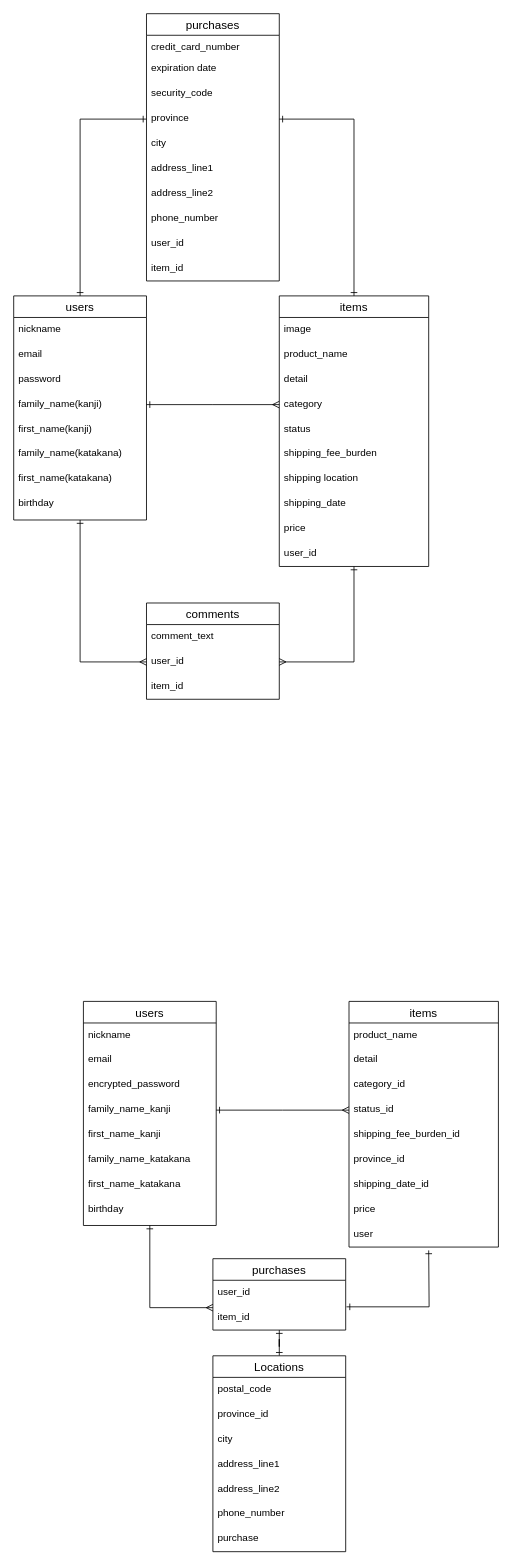
tkyktkmt/furima-34283 keeps this draw.io diagram as ERD.dio. Above is the earlier version. Source tidied: cells renumbered, new cells numbered last; positions are measured from the earlier drawing's top-left corner, leaving out a move shared by most shapes. Both pictures are drawn from the tidied source at 83%, with x=0, y=0 at pixel (13, 13).
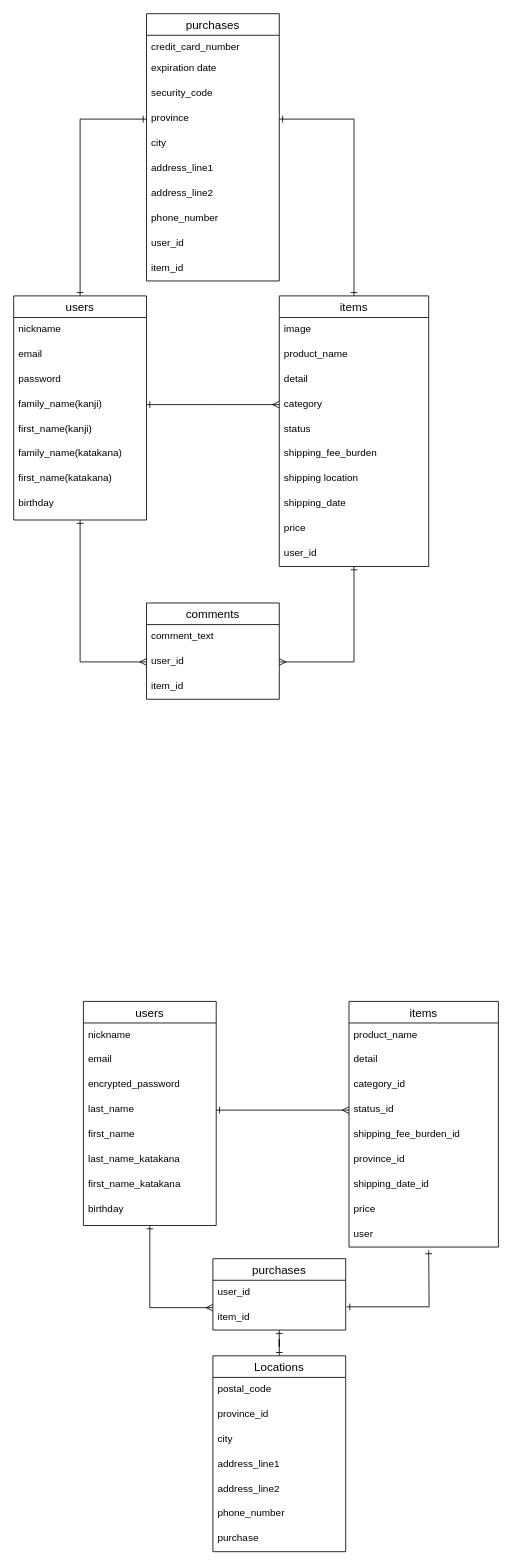
The same diagram, later.

Unchanged cells that the change refers to:
```xml
<mxCell id="43" value="users" style="swimlane;fontStyle=0;horizontal=1;startSize=26;align=center;fontSize=14;" parent="1" vertex="1">
  <mxGeometry x="84" y="1190" width="160" height="270" as="geometry" />
</mxCell>
```

Diff of the diagram source:
```diff
@@
-    <mxCell id="47" value="family_name_kanji" style="text;strokeColor=none;fillColor=none;spacingLeft=4;spacingRight=4;overflow=hidden;points=[[0,0.5],[1,0.5]];portConstraint=eastwest;fontSize=12;" parent="43" vertex="1">
+    <mxCell id="47" value="last_name" style="text;strokeColor=none;fillColor=none;spacingLeft=4;spacingRight=4;overflow=hidden;points=[[0,0.5],[1,0.5]];portConstraint=eastwest;fontSize=12;" parent="43" vertex="1">
       <mxGeometry y="116" width="160" height="30" as="geometry" />
     </mxCell>
-    <mxCell id="48" value="first_name_kanji" style="text;strokeColor=none;fillColor=none;spacingLeft=4;spacingRight=4;overflow=hidden;fontSize=12;" parent="43" vertex="1">
+    <mxCell id="48" value="first_name" style="text;strokeColor=none;fillColor=none;spacingLeft=4;spacingRight=4;overflow=hidden;fontSize=12;" parent="43" vertex="1">
       <mxGeometry y="146" width="160" height="30" as="geometry" />
     </mxCell>
-    <mxCell id="49" value="family_name_katakana" style="text;strokeColor=none;fillColor=none;spacingLeft=4;spacingRight=4;overflow=hidden;fontSize=12;" parent="43" vertex="1">
+    <mxCell id="49" value="last_name_katakana" style="text;strokeColor=none;fillColor=none;spacingLeft=4;spacingRight=4;overflow=hidden;fontSize=12;" parent="43" vertex="1">
       <mxGeometry y="176" width="160" height="30" as="geometry" />
     </mxCell>
```
